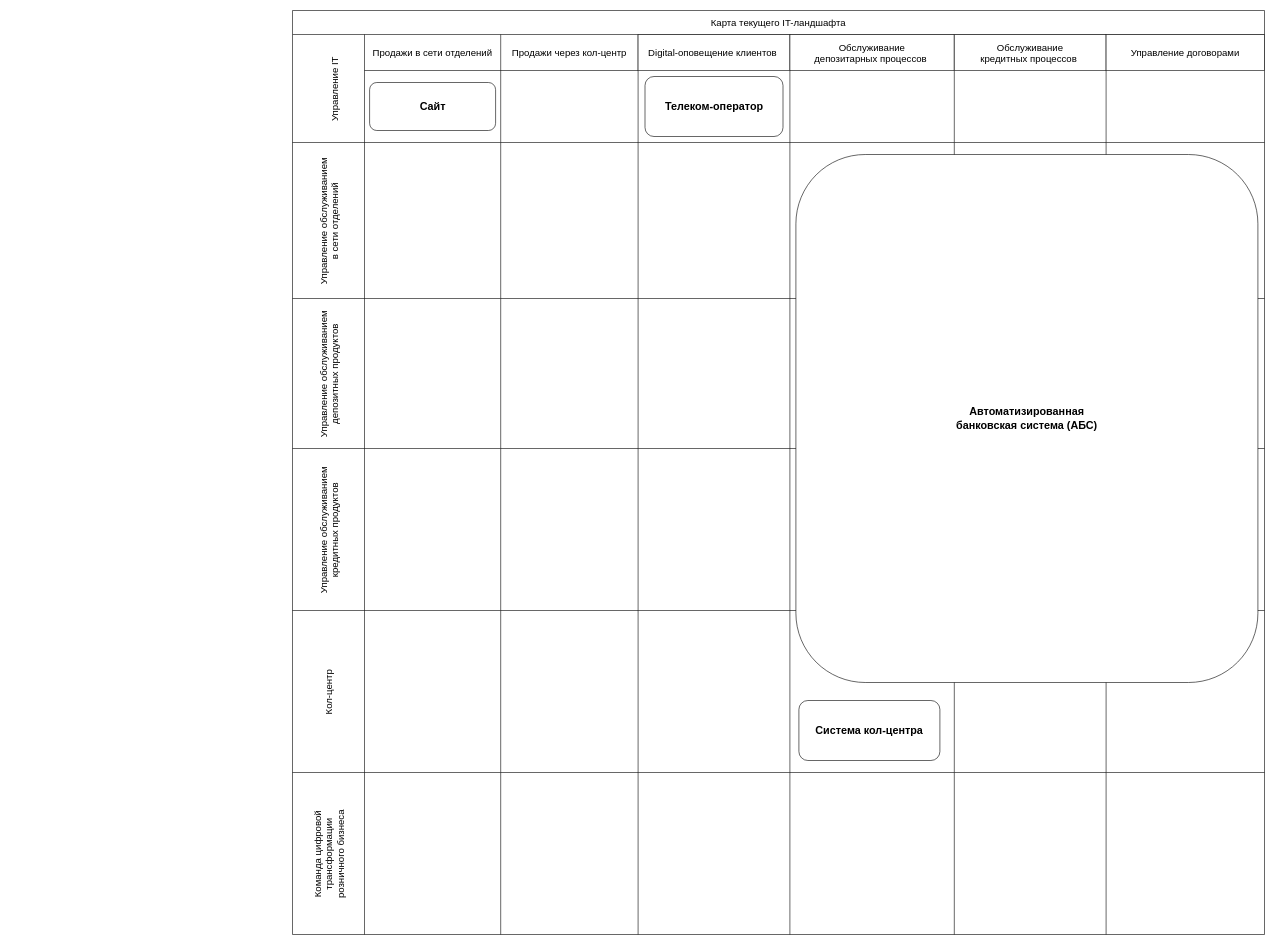
This is it-landscape.drawio from awks88/architecture-pro-standart, a draw.io file, before an edit. Source tidied: cells renumbered, new cells numbered last; positions are measured from the earlier drawing's top-left corner, leaving out a move shared by most shapes. Both pictures are drawn from the tidied source at 60%, with x=0, y=0 at pixel (292, 10).
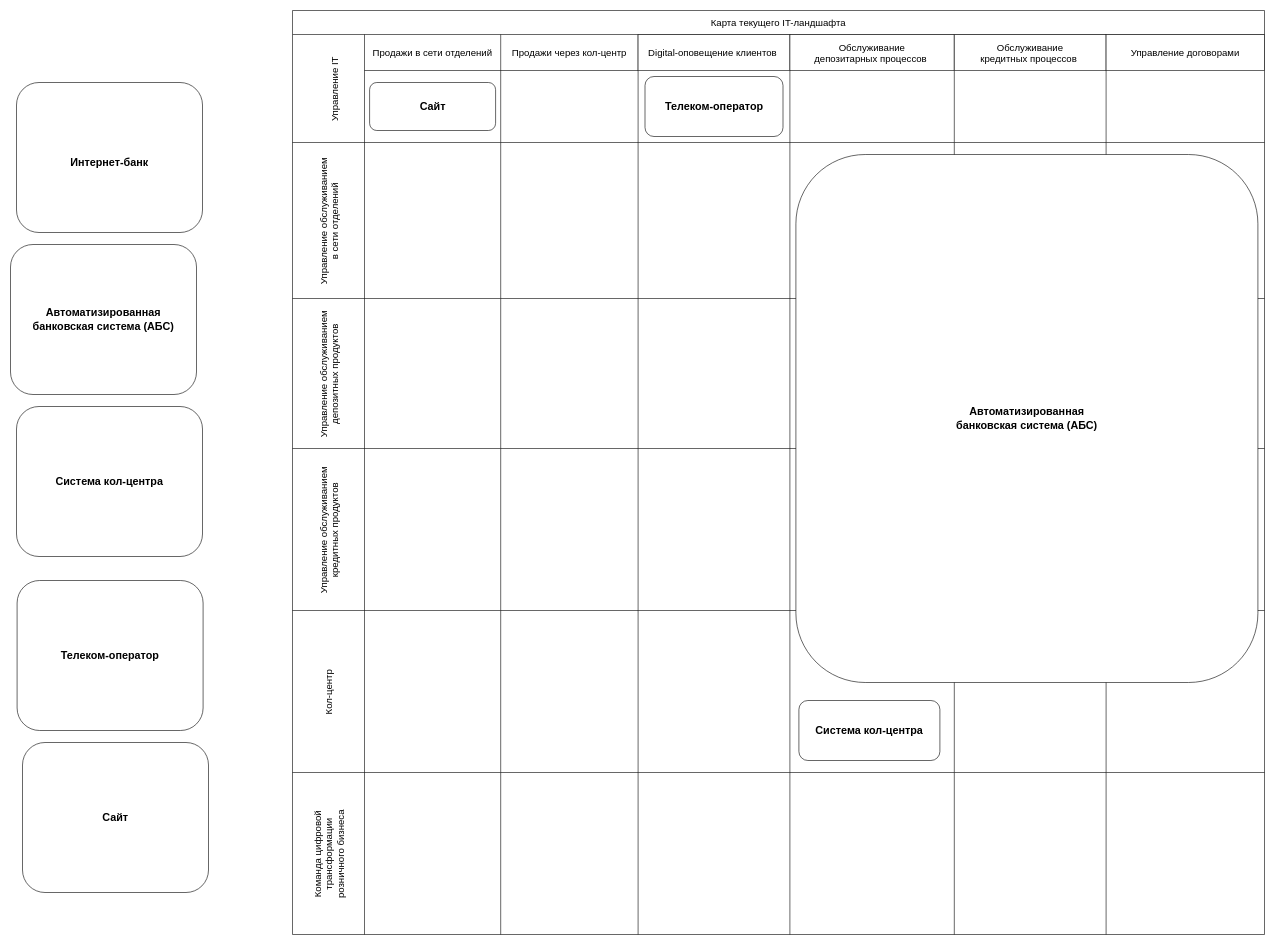
The same page after the edit.

Change to the diagram source:
```diff
@@
+    <mxCell id="49" value="&lt;strong style=&quot;box-sizing: inherit; font-family: &amp;quot;YS Text&amp;quot;, sans-serif; font-size: 18px; text-align: start; white-space-collapse: preserve-breaks;&quot;&gt;Интернет-банк&lt;/strong&gt;" style="rounded=1;whiteSpace=wrap;html=1;labelBackgroundColor=none;fontColor=default;autosizeText=0;fontSize=42;" parent="1" vertex="1">
+      <mxGeometry x="-460" y="120" width="310" height="250" as="geometry" />
+    </mxCell>
+    <mxCell id="50" value="&lt;strong style=&quot;box-sizing: inherit; font-family: &amp;quot;YS Text&amp;quot;, sans-serif; font-size: 18px; text-align: start; white-space-collapse: preserve-breaks;&quot;&gt;Автоматизированная&lt;/strong&gt;&lt;div&gt;&lt;strong style=&quot;box-sizing: inherit; font-family: &amp;quot;YS Text&amp;quot;, sans-serif; font-size: 18px; text-align: start; white-space-collapse: preserve-breaks;&quot;&gt;банковская система (АБС)&lt;/strong&gt;&lt;/div&gt;" style="rounded=1;whiteSpace=wrap;html=1;fontColor=default;labelBackgroundColor=none;autosizeText=0;fontSize=19;" parent="1" vertex="1">
+      <mxGeometry x="-470" y="390" width="310" height="250" as="geometry" />
+    </mxCell>
+    <mxCell id="51" value="&lt;strong style=&quot;box-sizing: inherit; font-family: &amp;quot;YS Text&amp;quot;, sans-serif; font-size: 18px; font-style: normal; font-variant-ligatures: normal; font-variant-caps: normal; letter-spacing: normal; orphans: 2; text-align: start; text-indent: 0px; text-transform: none; widows: 2; word-spacing: 0px; -webkit-text-stroke-width: 0px; white-space: pre-line; text-decoration-thickness: initial; text-decoration-style: initial; text-decoration-color: initial;&quot;&gt;Система кол-центра&lt;/strong&gt;" style="rounded=1;whiteSpace=wrap;html=1;fillColor=default;fontColor=default;labelBackgroundColor=default;" parent="1" vertex="1">
+      <mxGeometry x="-460" y="660" width="310" height="250" as="geometry" />
+    </mxCell>
+    <mxCell id="52" value="&lt;div style=&quot;text-align: start;&quot;&gt;&lt;strong style=&quot;box-sizing: inherit; font-family: &amp;quot;YS Text&amp;quot;, sans-serif; font-size: 18px; white-space-collapse: preserve-breaks;&quot;&gt;Телеком-оператор&lt;/strong&gt;&lt;/div&gt;" style="rounded=1;whiteSpace=wrap;html=1;fillColor=default;fontColor=default;labelBackgroundColor=default;" parent="1" vertex="1">
+      <mxGeometry x="-459" y="950" width="310" height="250" as="geometry" />
+    </mxCell>
+    <mxCell id="53" value="&lt;div style=&quot;text-align: start;&quot;&gt;&lt;strong style=&quot;box-sizing: inherit; font-family: &amp;quot;YS Text&amp;quot;, sans-serif; font-size: 18px; white-space-collapse: preserve-breaks;&quot;&gt;Сайт&lt;/strong&gt;&lt;/div&gt;" style="rounded=1;whiteSpace=wrap;html=1;fillColor=default;fontColor=default;labelBackgroundColor=default;" parent="1" vertex="1">
+      <mxGeometry x="-450" y="1220" width="310" height="250" as="geometry" />
+    </mxCell>
```
